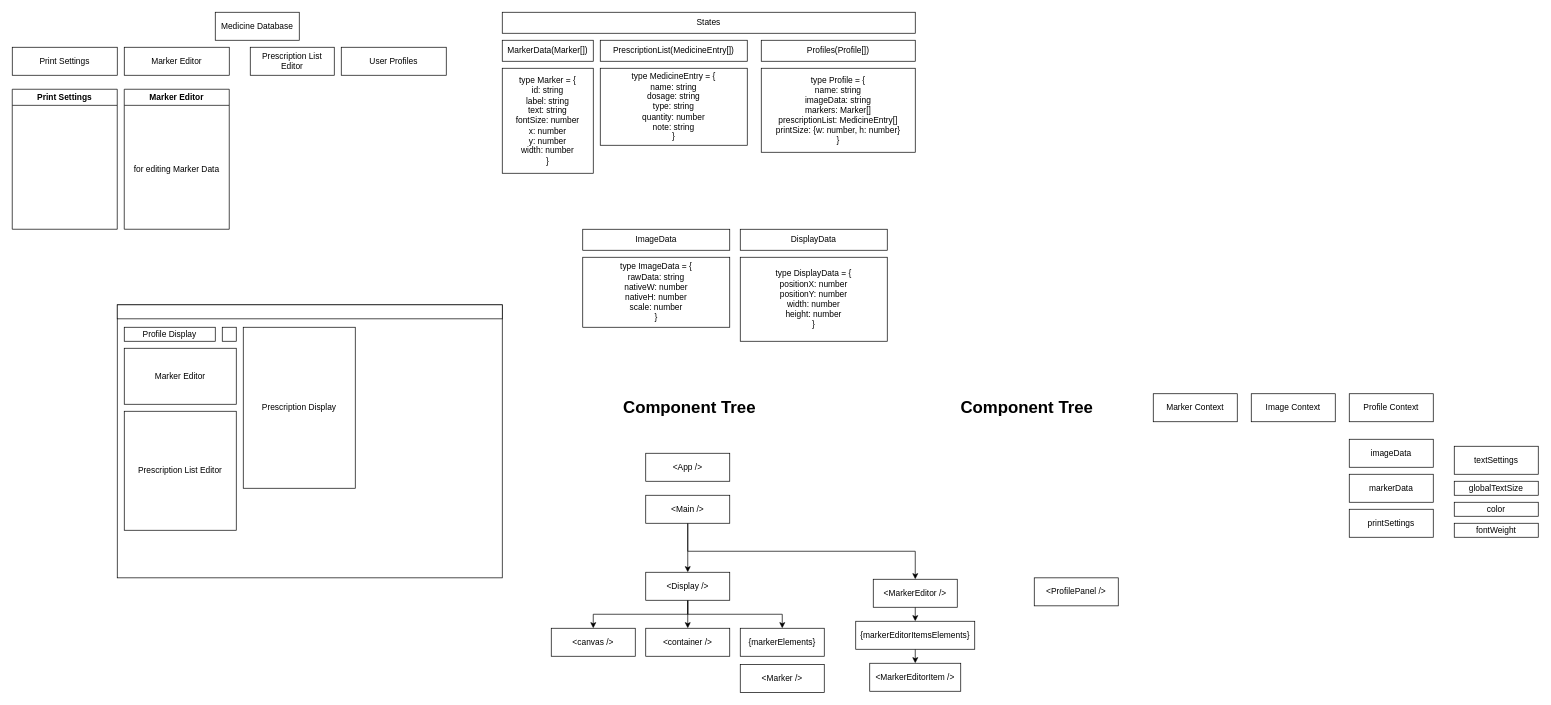
Earlier version of the draw.io diagram page "Structure" (2 of 8) of flowchart.drawio (jogaleon/prescription-writing-react-ts). Source tidied: cells renumbered, new cells numbered last; positions are measured from the earlier drawing's top-left corner, leaving out a move shared by most shapes. Both pictures are drawn from the tidied source at 70%, with x=0, y=0 at pixel (12, 12).
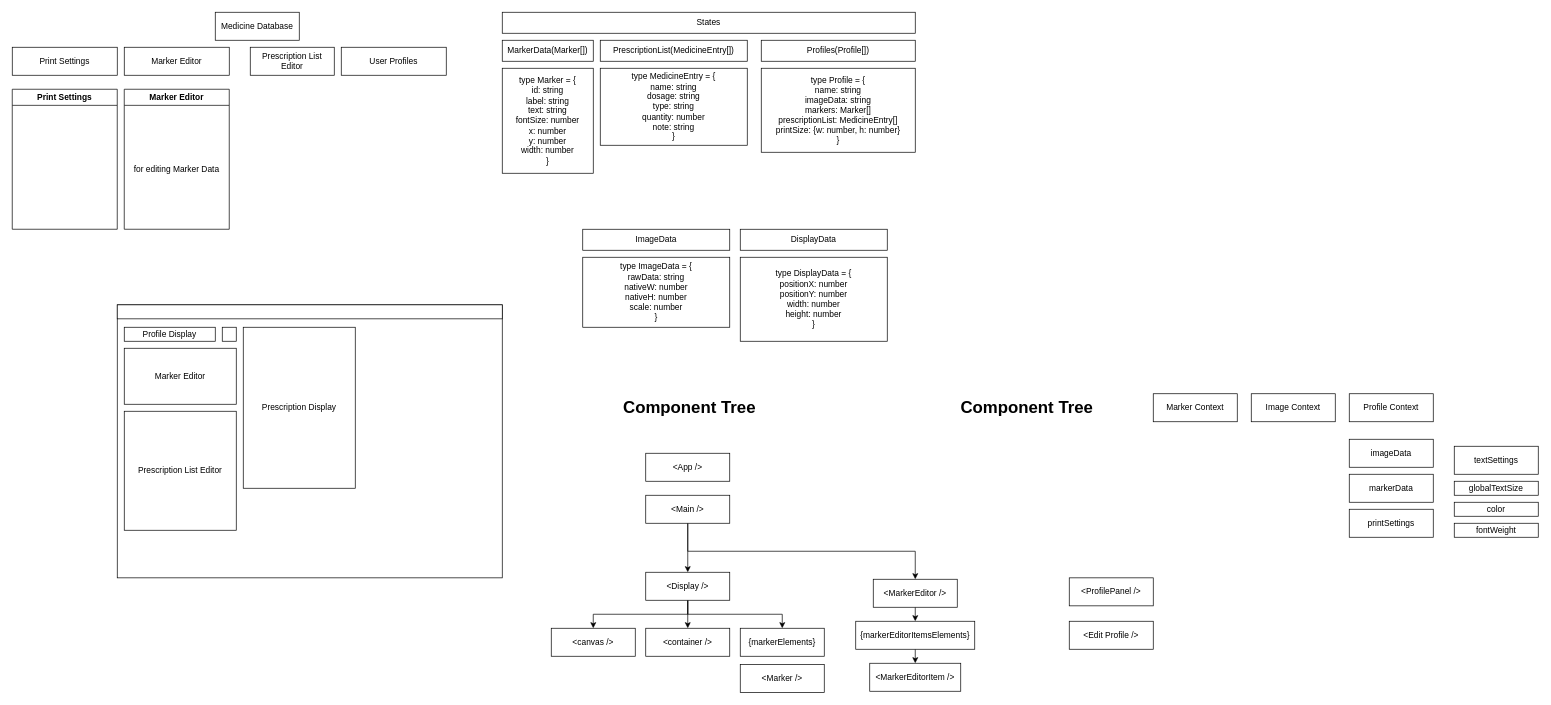
After the change.

What changed in the source:
```diff
@@
     <mxCell id="57" value="&amp;lt;ProfilePanel /&amp;gt;" style="rounded=0;whiteSpace=wrap;html=1;" parent="1" vertex="1">
-      <mxGeometry x="1460" y="808" width="120" height="40" as="geometry" />
+      <mxGeometry x="1510" y="808" width="120" height="40" as="geometry" />
     </mxCell>
+    <mxCell id="58" value="&amp;lt;Edit Profile /&amp;gt;" style="rounded=0;whiteSpace=wrap;html=1;" parent="1" vertex="1">
+      <mxGeometry x="1510" y="870" width="120" height="40" as="geometry" />
+    </mxCell>
```
